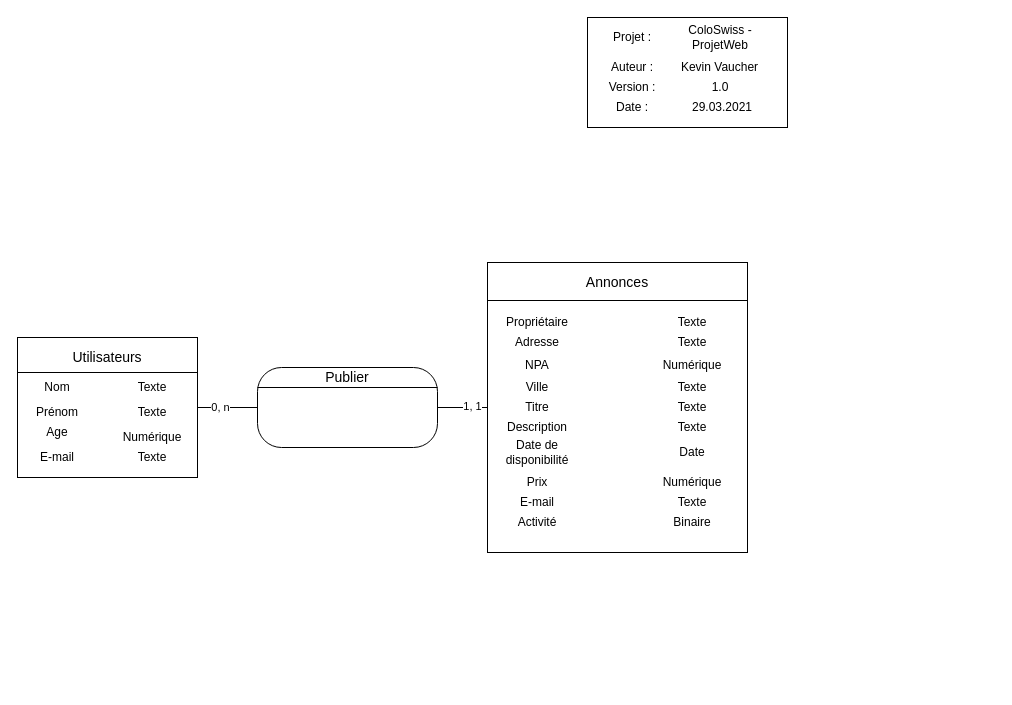
Earlier version of the draw.io diagram ProjetWeb/Documentation/MCD_KVR-SGI-ISC-ENR.drawio (enzononnenmacher/ProjetWEB_ENR_ISC_SGI). Source tidied: cells renumbered, new cells numbered last; positions are measured from the earlier drawing's top-left corner, leaving out a move shared by most shapes. Both pictures are drawn from the tidied source at 100%, with x=0, y=0 at pixel (17, 17).
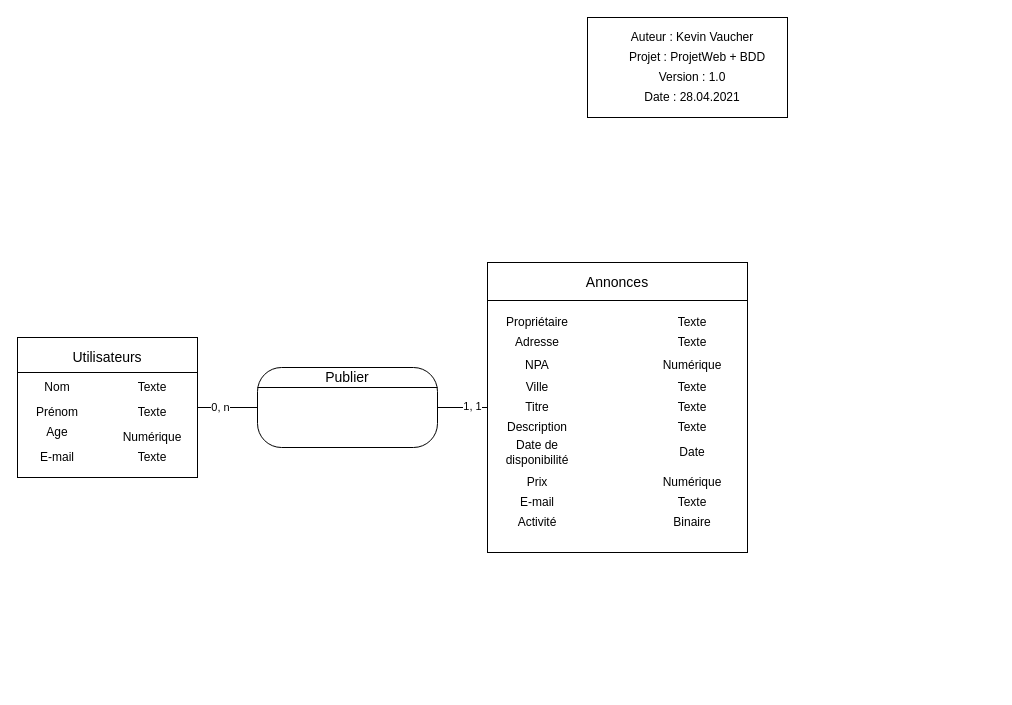
Above is the later version.

Diff of the diagram source:
```diff
@@
     <mxCell id="44" style="group;" parent="1" vertex="1">
-      <mxGeometry x="570" width="200" height="110" as="geometry" />
+      <mxGeometry x="570" width="290" height="110" as="geometry" />
     </mxCell>
     <mxCell id="45" style="group;" parent="44" vertex="1">
-      <mxGeometry width="200" height="110" as="geometry" />
+      <mxGeometry width="290" height="110" as="geometry" />
     </mxCell>
     <mxCell id="46" style="group;" parent="45" vertex="1">
-      <mxGeometry width="200" height="110" as="geometry" />
+      <mxGeometry width="290" height="110" as="geometry" />
     </mxCell>
     <mxCell id="47" style="group;" parent="46" vertex="1">
-      <mxGeometry width="200" height="110" as="geometry" />
+      <mxGeometry width="290" height="110" as="geometry" />
     </mxCell>
     <mxCell id="48" style="group;" parent="47" vertex="1">
-      <mxGeometry width="200" height="110" as="geometry" />
+      <mxGeometry width="290" height="110" as="geometry" />
     </mxCell>
     <mxCell id="49" style="rounded=0;whiteSpace=wrap;html=1;" parent="48" vertex="1">
-      <mxGeometry width="200" height="110" as="geometry" />
+      <mxGeometry width="200" height="100" as="geometry" />
     </mxCell>
-    <mxCell id="50" value="Projet :" style="text;html=1;strokeColor=none;fillColor=none;align=center;verticalAlign=middle;whiteSpace=wrap;rounded=0;" parent="48" vertex="1">
-      <mxGeometry x="20" y="10" width="50" height="20" as="geometry" />
-    </mxCell>
-    <mxCell id="51" value="Auteur :" style="text;html=1;strokeColor=none;fillColor=none;align=center;verticalAlign=middle;whiteSpace=wrap;rounded=0;" parent="48" vertex="1">
-      <mxGeometry x="20" y="40" width="50" height="20" as="geometry" />
-    </mxCell>
-    <mxCell id="52" value="Version :" style="text;html=1;strokeColor=none;fillColor=none;align=center;verticalAlign=middle;whiteSpace=wrap;rounded=0;" parent="48" vertex="1">
-      <mxGeometry x="20" y="60" width="50" height="20" as="geometry" />
-    </mxCell>
-    <mxCell id="53" value="Date :" style="text;html=1;strokeColor=none;fillColor=none;align=center;verticalAlign=middle;whiteSpace=wrap;rounded=0;" parent="48" vertex="1">
-      <mxGeometry x="20" y="80" width="50" height="20" as="geometry" />
-    </mxCell>
-    <mxCell id="54" value="ColoSwiss - ProjetWeb" style="text;html=1;strokeColor=none;fillColor=none;align=center;verticalAlign=middle;whiteSpace=wrap;rounded=0;" parent="48" vertex="1">
-      <mxGeometry x="92.5" y="10" width="80" height="20" as="geometry" />
-    </mxCell>
-    <mxCell id="55" value="Kevin Vaucher" style="text;html=1;strokeColor=none;fillColor=none;align=center;verticalAlign=middle;whiteSpace=wrap;rounded=0;" parent="48" vertex="1">
-      <mxGeometry x="90" y="40" width="85" height="20" as="geometry" />
-    </mxCell>
-    <mxCell id="56" value="1.0" style="text;html=1;strokeColor=none;fillColor=none;align=center;verticalAlign=middle;whiteSpace=wrap;rounded=0;" parent="48" vertex="1">
-      <mxGeometry x="107.5" y="60" width="50" height="20" as="geometry" />
-    </mxCell>
-    <mxCell id="57" value="29.03.2021" style="text;html=1;strokeColor=none;fillColor=none;align=center;verticalAlign=middle;whiteSpace=wrap;rounded=0;" parent="48" vertex="1">
-      <mxGeometry x="110" y="80" width="50" height="20" as="geometry" />
-    </mxCell>
+    <mxCell id="77" value="Auteur : Kevin Vaucher" style="text;html=1;strokeColor=none;fillColor=none;align=center;verticalAlign=middle;whiteSpace=wrap;rounded=0;" parent="48" vertex="1">
+      <mxGeometry x="40" y="10" width="130" height="20" as="geometry" />
+    </mxCell>
+    <mxCell id="78" value="Projet : ProjetWeb + BDD" style="text;html=1;strokeColor=none;fillColor=none;align=center;verticalAlign=middle;whiteSpace=wrap;rounded=0;" parent="48" vertex="1">
+      <mxGeometry x="40" y="30" width="140" height="20" as="geometry" />
+    </mxCell>
+    <mxCell id="79" value="Version : 1.0" style="text;html=1;strokeColor=none;fillColor=none;align=center;verticalAlign=middle;whiteSpace=wrap;rounded=0;" parent="48" vertex="1">
+      <mxGeometry x="65" y="50" width="80" height="20" as="geometry" />
+    </mxCell>
+    <mxCell id="80" value="Date : 28.04.2021" style="text;html=1;strokeColor=none;fillColor=none;align=center;verticalAlign=middle;whiteSpace=wrap;rounded=0;" parent="48" vertex="1">
+      <mxGeometry x="55" y="70" width="100" height="20" as="geometry" />
+    </mxCell>
```
